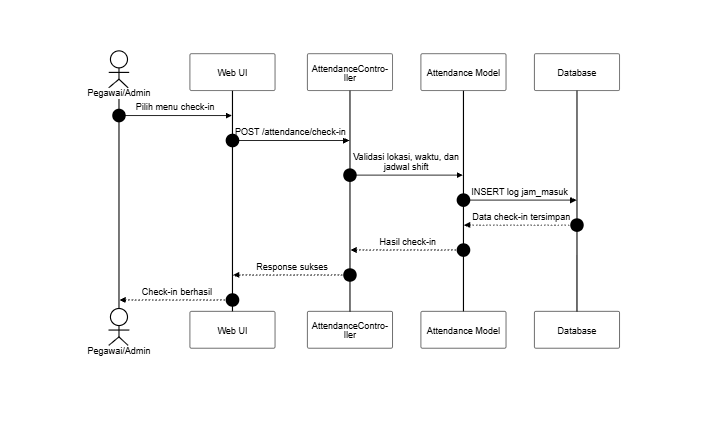
SulaimanHafi23/SimpegRSHDI keeps this Mermaid diagram as docs/SequenceDiagram/PNG_Transparent/KelolaAbsensi-CheckInOlehAdmin.png. Above is the earlier version. Its source is kept beside it as docs/SequenceDiagram/KelolaAbsensi-CheckInOlehAdmin.mermaid.
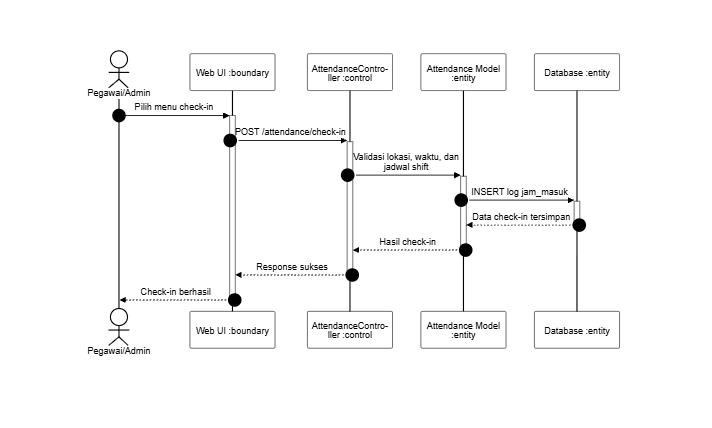
Above is the later version.

What changed in the source:
```diff
@@ -2,16 +2,16 @@
 sequenceDiagram
     autonumber
     actor A as Pegawai/Admin
-    participant UI as Web UI
-    participant C as AttendanceController
-    participant M as Attendance Model
-    participant DB as Database
+    participant UI as Web UI :boundary
+    participant C as AttendanceController :control
+    participant M as Attendance Model :entity
+    participant DB as Database :entity
 
-    A->>UI: Pilih menu check-in
-    UI->>C: POST /attendance/check-in
-    C->>M: Validasi lokasi, waktu, dan jadwal shift
-    M->>DB: INSERT log jam_masuk
-    DB-->>M: Data check-in tersimpan
-    M-->>C: Hasil check-in
-    C-->>UI: Response sukses
-    UI-->>A: Check-in berhasil
+    A->>+UI: Pilih menu check-in
+    UI->>+C: POST /attendance/check-in
+    C->>+M: Validasi lokasi, waktu, dan jadwal shift
+    M->>+DB: INSERT log jam_masuk
+    DB-->>-M: Data check-in tersimpan
+    M-->>-C: Hasil check-in
+    C-->>-UI: Response sukses
+    UI-->>-A: Check-in berhasil
```
